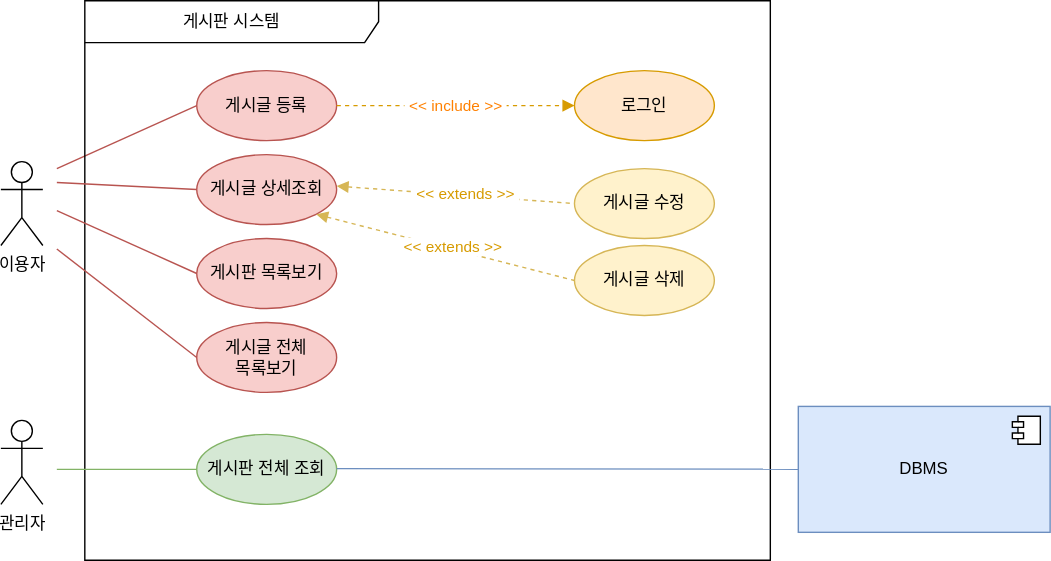
Earlier version of the draw.io export 게시판시스템.drawio.svg (sminxxi/multi_it_test). Source tidied: cells renumbered, new cells last; positions are measured from the earlier drawing's top-left corner, leaving out a move shared by most shapes.
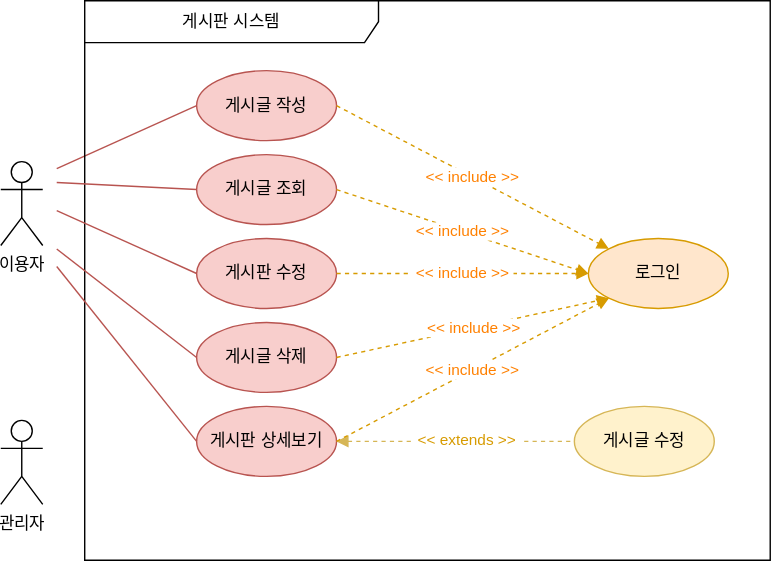
Above is the later version.

Commit message:
게시판시스템.drawio.svg 추가

Change to the diagram source:
```diff
@@ -16,28 +16,25 @@
     <mxCell id="5" value="게시판 시스템" style="shape=umlFrame;whiteSpace=wrap;html=1;width=210;height=30;" parent="1" vertex="1">
       <mxGeometry x="60" width="490" height="400" as="geometry" />
     </mxCell>
-    <mxCell id="6" value="게시글 등록" style="ellipse;whiteSpace=wrap;html=1;fillColor=#f8cecc;strokeColor=#b85450;" parent="1" vertex="1">
+    <mxCell id="6" value="게시글 작성" style="ellipse;whiteSpace=wrap;html=1;fillColor=#f8cecc;strokeColor=#b85450;" parent="1" vertex="1">
       <mxGeometry x="140" y="50" width="100" height="50" as="geometry" />
     </mxCell>
     <mxCell id="7" value="게시글 수정" style="ellipse;whiteSpace=wrap;html=1;fillColor=#fff2cc;strokeColor=#d6b656;" parent="1" vertex="1">
-      <mxGeometry x="410" y="120" width="100" height="50" as="geometry" />
+      <mxGeometry x="410" y="290" width="100" height="50" as="geometry" />
     </mxCell>
-    <mxCell id="8" value="게시글 삭제" style="ellipse;whiteSpace=wrap;html=1;fillColor=#fff2cc;strokeColor=#d6b656;" parent="1" vertex="1">
-      <mxGeometry x="410" y="175" width="100" height="50" as="geometry" />
-    </mxCell>
-    <mxCell id="9" value="게시글 상세조회" style="ellipse;whiteSpace=wrap;html=1;fillColor=#f8cecc;strokeColor=#b85450;" parent="1" vertex="1">
+    <mxCell id="9" value="게시글 조회" style="ellipse;whiteSpace=wrap;html=1;fillColor=#f8cecc;strokeColor=#b85450;" parent="1" vertex="1">
       <mxGeometry x="140" y="110" width="100" height="50" as="geometry" />
     </mxCell>
-    <mxCell id="10" value="게시판 전체 조회" style="ellipse;whiteSpace=wrap;html=1;fillColor=#d5e8d4;strokeColor=#82b366;" parent="1" vertex="1">
-      <mxGeometry x="140" y="310" width="100" height="50" as="geometry" />
+    <mxCell id="10" value="게시판 상세보기" style="ellipse;whiteSpace=wrap;html=1;fillColor=#f8cecc;strokeColor=#b85450;" parent="1" vertex="1">
+      <mxGeometry x="140" y="290" width="100" height="50" as="geometry" />
     </mxCell>
     <mxCell id="11" value="로그인" style="ellipse;whiteSpace=wrap;html=1;fillColor=#ffe6cc;strokeColor=#d79b00;" parent="1" vertex="1">
-      <mxGeometry x="410" y="50" width="100" height="50" as="geometry" />
+      <mxGeometry x="420" y="170" width="100" height="50" as="geometry" />
     </mxCell>
-    <mxCell id="12" value="게시판 목록보기" style="ellipse;whiteSpace=wrap;html=1;fillColor=#f8cecc;strokeColor=#b85450;" parent="1" vertex="1">
+    <mxCell id="12" value="게시판 수정" style="ellipse;whiteSpace=wrap;html=1;fillColor=#f8cecc;strokeColor=#b85450;" parent="1" vertex="1">
       <mxGeometry x="140" y="170" width="100" height="50" as="geometry" />
     </mxCell>
-    <mxCell id="13" value="게시글 전체 &lt;br&gt;목록보기" style="ellipse;whiteSpace=wrap;html=1;fillColor=#f8cecc;strokeColor=#b85450;" parent="1" vertex="1">
+    <mxCell id="13" value="게시글 삭제" style="ellipse;whiteSpace=wrap;html=1;fillColor=#f8cecc;strokeColor=#b85450;" parent="1" vertex="1">
       <mxGeometry x="140" y="230" width="100" height="50" as="geometry" />
     </mxCell>
     <mxCell id="14" style="rounded=0;jettySize=auto;html=1;entryX=0;entryY=0.5;entryDx=0;entryDy=0;endArrow=none;endFill=0;fillColor=#f8cecc;strokeColor=#b85450;" parent="1" edge="1" target="9">
@@ -55,42 +52,35 @@
         <mxPoint x="40" y="177.5" as="sourcePoint" />
       </mxGeometry>
     </mxCell>
-    <mxCell id="17" value="&amp;nbsp;&amp;lt;&amp;lt; include &amp;gt;&amp;gt;&amp;nbsp;" style="rounded=0;jettySize=auto;html=1;entryX=0;entryY=0.5;entryDx=0;entryDy=0;endArrow=block;endFill=1;dashed=1;strokeWidth=1;fillColor=#ffe6cc;strokeColor=#d79b00;fontColor=#FF8000;" parent="1" edge="1" target="11">
+    <mxCell id="17" value="&amp;nbsp;&amp;lt;&amp;lt; include &amp;gt;&amp;gt;&amp;nbsp;" style="rounded=0;jettySize=auto;html=1;entryX=0;entryY=0;entryDx=0;entryDy=0;endArrow=block;endFill=1;dashed=1;strokeWidth=1;fillColor=#ffe6cc;strokeColor=#d79b00;fontColor=#FF8000;" parent="1" edge="1" target="11">
       <mxGeometry relative="1" as="geometry">
         <mxPoint x="240" y="75" as="sourcePoint" />
       </mxGeometry>
     </mxCell>
-    <mxCell id="18" style="rounded=0;jettySize=auto;html=1;entryX=0;entryY=0.5;entryDx=0;entryDy=0;endArrow=none;endFill=0;dashed=1;startArrow=block;startFill=1;fillColor=#fff2cc;strokeColor=#d6b656;" parent="1" edge="1" target="7">
-      <mxGeometry relative="1" as="geometry">
-        <mxPoint x="240" y="132.5" as="sourcePoint" />
-      </mxGeometry>
+    <mxCell id="18" style="rounded=0;jettySize=auto;html=1;entryX=0;entryY=0.5;entryDx=0;entryDy=0;endArrow=none;endFill=0;dashed=1;startArrow=block;startFill=1;fillColor=#fff2cc;strokeColor=#d6b656;exitX=1;exitY=0.5;exitDx=0;exitDy=0;" parent="1" edge="1" source="10" target="7">
+      <mxGeometry relative="1" as="geometry" />
     </mxCell>
     <mxCell id="19" value="&amp;nbsp;&amp;lt;&amp;lt; extends &amp;gt;&amp;gt;&amp;nbsp;" style="edgeLabel;html=1;align=center;verticalAlign=middle;fontColor=#D79B00;" parent="18" vertex="1">
       <mxGeometry x="0.08" y="2" relative="1" as="geometry" />
     </mxCell>
-    <mxCell id="20" style="rounded=0;jettySize=auto;html=1;entryX=0;entryY=0.5;entryDx=0;entryDy=0;endArrow=none;endFill=0;exitX=1;exitY=1;exitDx=0;exitDy=0;dashed=1;startArrow=block;startFill=1;fillColor=#fff2cc;strokeColor=#d6b656;" parent="1" edge="1" source="9" target="8">
-      <mxGeometry relative="1" as="geometry" />
-    </mxCell>
-    <mxCell id="21" value="&amp;nbsp;&amp;lt;&amp;lt; extends &amp;gt;&amp;gt;&amp;nbsp;" style="edgeLabel;html=1;align=center;verticalAlign=middle;fontColor=#D79B00;" parent="20" vertex="1">
-      <mxGeometry x="0.05" y="2" relative="1" as="geometry" />
-    </mxCell>
-    <mxCell id="22" style="rounded=0;jettySize=auto;html=1;entryX=0;entryY=0.5;entryDx=0;entryDy=0;endArrow=none;endFill=0;fillColor=#d5e8d4;strokeColor=#82b366;" parent="1" edge="1" target="10">
+    <mxCell id="22" style="rounded=0;jettySize=auto;html=1;entryX=0;entryY=0.5;entryDx=0;entryDy=0;endArrow=none;endFill=0;fillColor=#f8cecc;strokeColor=#b85450;" parent="1" edge="1" target="10">
       <mxGeometry relative="1" as="geometry">
-        <mxPoint x="40" y="335" as="sourcePoint" />
+        <mxPoint x="40" y="190" as="sourcePoint" />
       </mxGeometry>
     </mxCell>
-    <mxCell id="23" style="rounded=0;jettySize=auto;html=1;endArrow=none;endFill=0;fillColor=#dae8fc;strokeColor=#6c8ebf;" parent="1" edge="1" target="24">
-      <mxGeometry relative="1" as="geometry">
-        <mxPoint x="240" y="334.5" as="sourcePoint" />
-      </mxGeometry>
-    </mxCell>
-    <mxCell id="24" value="DBMS" style="html=1;whiteSpace=wrap;fillColor=#dae8fc;strokeColor=#6c8ebf;" parent="1" vertex="1">
-      <mxGeometry x="570" y="290" width="180" height="90" as="geometry" />
-    </mxCell>
-    <mxCell id="25" style="shape=module;jettyWidth=8;jettyHeight=4;" parent="24" vertex="1">
-      <mxGeometry x="1" width="20" height="20" relative="1" as="geometry">
-        <mxPoint x="-27" y="7" as="offset" />
-      </mxGeometry>
-    </mxCell>
+    <mxCell id="26" value="&amp;nbsp;&amp;lt;&amp;lt; include &amp;gt;&amp;gt;&amp;nbsp;" style="rounded=0;jettySize=auto;html=1;entryX=0;entryY=0.5;entryDx=0;entryDy=0;endArrow=block;endFill=1;dashed=1;strokeWidth=1;fillColor=#ffe6cc;strokeColor=#d79b00;fontColor=#FF8000;" parent="1" edge="1" target="11">
+      <mxGeometry relative="1" as="geometry">
+        <mxPoint x="240" y="135" as="sourcePoint" />
+      </mxGeometry>
+    </mxCell>
+    <mxCell id="27" value="&amp;nbsp;&amp;lt;&amp;lt; include &amp;gt;&amp;gt;&amp;nbsp;" style="rounded=0;jettySize=auto;html=1;entryX=0;entryY=0.5;entryDx=0;entryDy=0;endArrow=block;endFill=1;dashed=1;strokeWidth=1;fillColor=#ffe6cc;strokeColor=#d79b00;fontColor=#FF8000;exitX=1;exitY=0.5;exitDx=0;exitDy=0;" parent="1" edge="1" source="12" target="11">
+      <mxGeometry relative="1" as="geometry" />
+    </mxCell>
+    <mxCell id="28" value="&amp;nbsp;&amp;lt;&amp;lt; include &amp;gt;&amp;gt;&amp;nbsp;" style="rounded=0;jettySize=auto;html=1;endArrow=block;endFill=1;dashed=1;strokeWidth=1;fillColor=#ffe6cc;strokeColor=#d79b00;fontColor=#FF8000;exitX=1;exitY=0.5;exitDx=0;exitDy=0;entryX=0;entryY=1;entryDx=0;entryDy=0;" parent="1" edge="1" source="13" target="11">
+      <mxGeometry relative="1" as="geometry" />
+    </mxCell>
+    <mxCell id="29" value="&amp;nbsp;&amp;lt;&amp;lt; include &amp;gt;&amp;gt;&amp;nbsp;" style="rounded=0;jettySize=auto;html=1;endArrow=block;endFill=1;dashed=1;strokeWidth=1;fillColor=#ffe6cc;strokeColor=#d79b00;fontColor=#FF8000;exitX=1;exitY=0.5;exitDx=0;exitDy=0;entryX=0;entryY=1;entryDx=0;entryDy=0;" parent="1" edge="1" source="10" target="11">
+      <mxGeometry relative="1" as="geometry" />
+    </mxCell>
   </root>
 </mxGraphModel>
```
